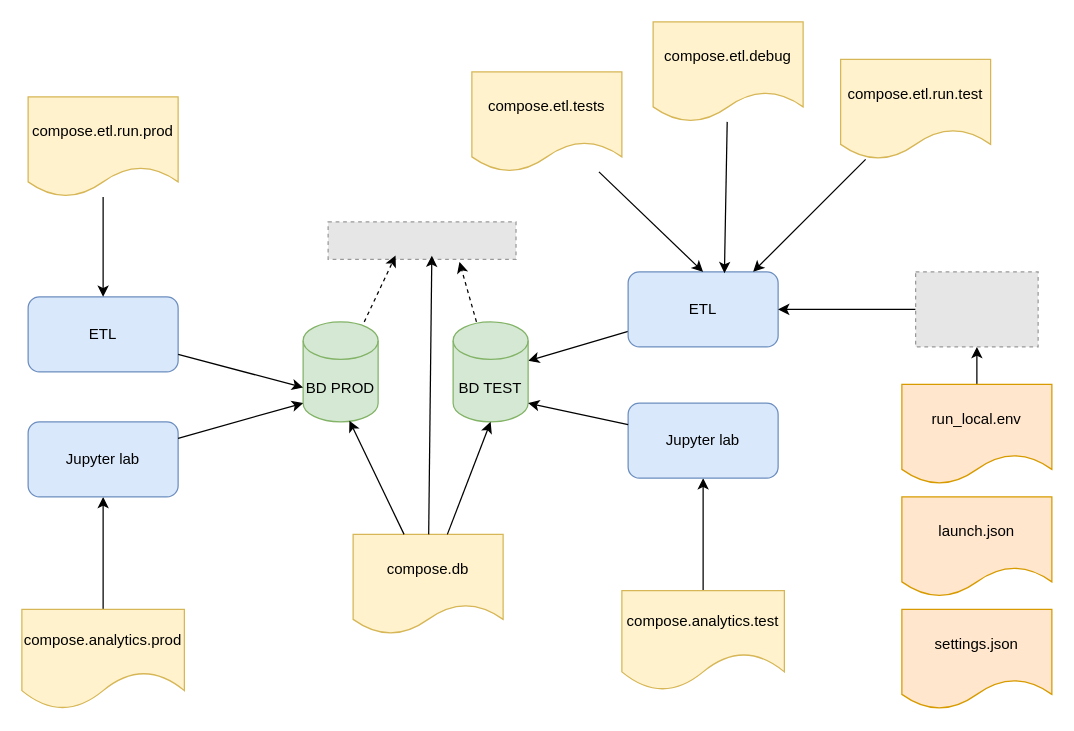
Above: page "Development strategy" (4 of 7) of diagrams/diagrams.dio in cperezh/DataEng_Patterns (draw.io), before the change. Source tidied: cells renumbered, new cells numbered last; positions are measured from the earlier drawing's top-left corner, leaving out a move shared by most shapes. Both pictures are drawn from the tidied source at 125%, with x=0, y=0 at pixel (21, 21). Pictures stored in the file or linked from it are replaced by grey dashed boxes.
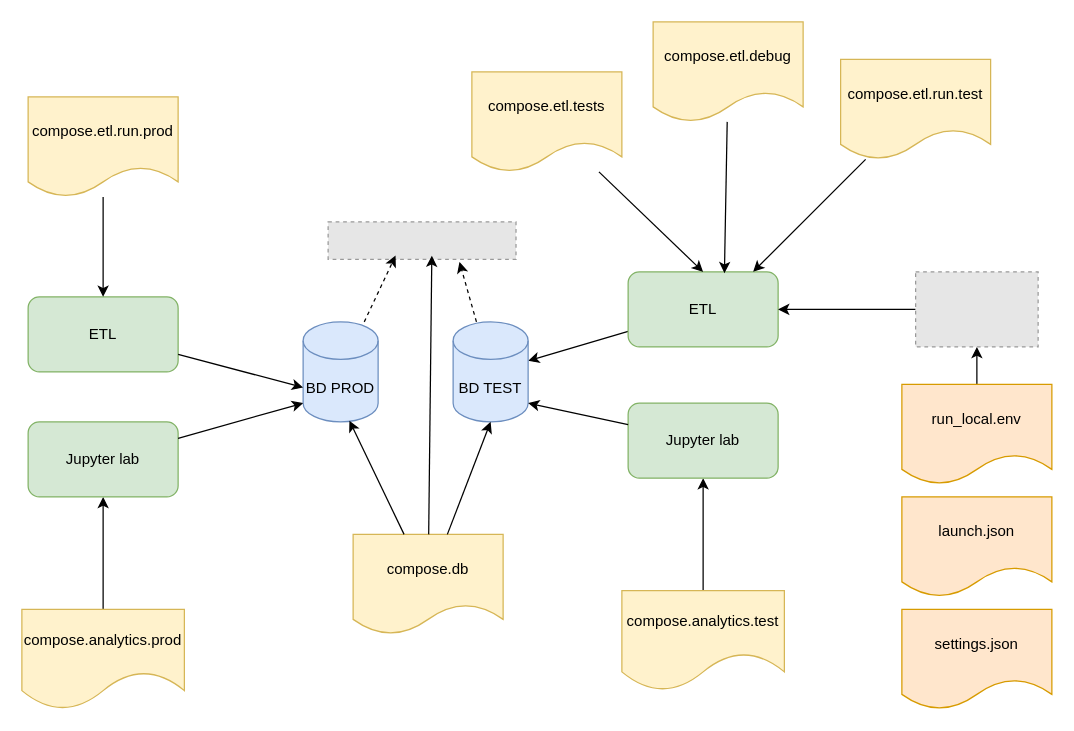
The same page after the edit.

What changed in the source:
```diff
@@
-    <mxCell id="2" value="ETL" style="rounded=1;whiteSpace=wrap;html=1;fillColor=#dae8fc;strokeColor=#6c8ebf;" parent="1" vertex="1">
+    <mxCell id="2" value="ETL" style="rounded=1;whiteSpace=wrap;html=1;fillColor=#d5e8d4;strokeColor=#82b366;" parent="1" vertex="1">
       <mxGeometry x="5" y="220" width="120" height="60" as="geometry" />
     </mxCell>
-    <mxCell id="3" value="BD PROD" style="shape=cylinder3;whiteSpace=wrap;html=1;boundedLbl=1;backgroundOutline=1;size=15;fillColor=#d5e8d4;strokeColor=#82b366;" parent="1" vertex="1">
+    <mxCell id="3" value="BD PROD" style="shape=cylinder3;whiteSpace=wrap;html=1;boundedLbl=1;backgroundOutline=1;size=15;fillColor=#dae8fc;strokeColor=#6c8ebf;" parent="1" vertex="1">
       <mxGeometry x="225" y="240" width="60" height="80" as="geometry" />
     </mxCell>
@@
-    <mxCell id="10" value="ETL" style="rounded=1;whiteSpace=wrap;html=1;fillColor=#dae8fc;strokeColor=#6c8ebf;" parent="1" vertex="1">
+    <mxCell id="10" value="ETL" style="rounded=1;whiteSpace=wrap;html=1;fillColor=#d5e8d4;strokeColor=#82b366;" parent="1" vertex="1">
       <mxGeometry x="485" y="200" width="120" height="60" as="geometry" />
     </mxCell>
-    <mxCell id="11" value="BD TEST" style="shape=cylinder3;whiteSpace=wrap;html=1;boundedLbl=1;backgroundOutline=1;size=15;fillColor=#d5e8d4;strokeColor=#82b366;" parent="1" vertex="1">
+    <mxCell id="11" value="BD TEST" style="shape=cylinder3;whiteSpace=wrap;html=1;boundedLbl=1;backgroundOutline=1;size=15;fillColor=#dae8fc;strokeColor=#6c8ebf;" parent="1" vertex="1">
       <mxGeometry x="345" y="240" width="60" height="80" as="geometry" />
     </mxCell>
@@
-    <mxCell id="18" value="Jupyter lab" style="rounded=1;whiteSpace=wrap;html=1;fillColor=#dae8fc;strokeColor=#6c8ebf;" parent="1" vertex="1">
+    <mxCell id="18" value="Jupyter lab" style="rounded=1;whiteSpace=wrap;html=1;fillColor=#d5e8d4;strokeColor=#82b366;" parent="1" vertex="1">
       <mxGeometry x="5" y="320" width="120" height="60" as="geometry" />
     </mxCell>
@@
-    <mxCell id="33" value="Jupyter lab" style="rounded=1;whiteSpace=wrap;html=1;fillColor=#dae8fc;strokeColor=#6c8ebf;" parent="1" vertex="1">
+    <mxCell id="33" value="Jupyter lab" style="rounded=1;whiteSpace=wrap;html=1;fillColor=#d5e8d4;strokeColor=#82b366;" parent="1" vertex="1">
       <mxGeometry x="485" y="305" width="120" height="60" as="geometry" />
     </mxCell>
```
